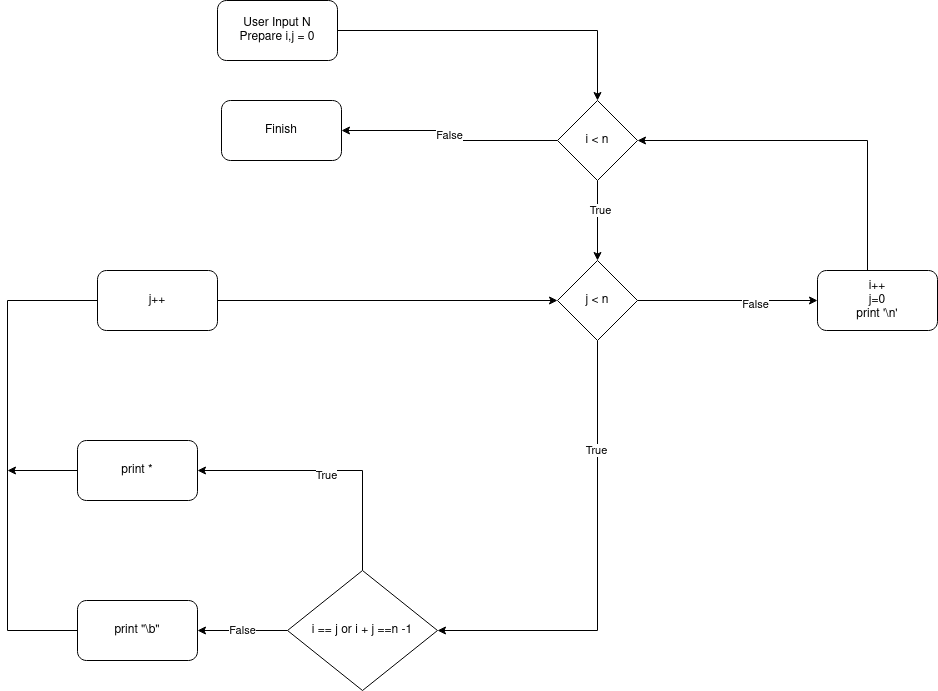
This is latihan-2.png from damarsimple/algoritma-semester-3, a draw.io export, as it was before one commit. Source tidied: cells renumbered, new cells last; positions are measured from the earlier drawing's top-left corner, leaving out a move shared by most shapes.
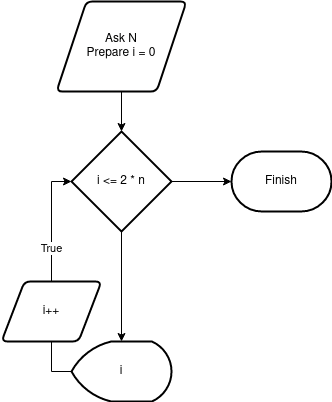
Above is the later version.

Change to the diagram source:
```diff
@@ -2,97 +2,40 @@
   <root>
     <mxCell id="0" />
     <mxCell id="1" parent="0" />
-    <mxCell id="2" style="edgeStyle=orthogonalEdgeStyle;rounded=0;jettySize=auto;html=1;" parent="1" edge="1" source="5" target="10">
-      <mxGeometry relative="1" as="geometry" />
-    </mxCell>
-    <mxCell id="3" value="True" style="edgeLabel;html=1;align=center;verticalAlign=middle;" parent="2" vertex="1">
-      <mxGeometry x="-0.28" y="2" relative="1" as="geometry" />
-    </mxCell>
-    <mxCell id="4" value="False" style="edgeStyle=orthogonalEdgeStyle;rounded=0;jettySize=auto;html=1;" parent="1" edge="1" source="5" target="25">
-      <mxGeometry relative="1" as="geometry" />
-    </mxCell>
-    <mxCell id="5" value="i &amp;lt; n" style="rhombus;whiteSpace=wrap;html=1;" parent="1" vertex="1">
-      <mxGeometry x="550" y="100" width="80" height="80" as="geometry" />
-    </mxCell>
-    <mxCell id="6" style="edgeStyle=orthogonalEdgeStyle;rounded=0;jettySize=auto;html=1;" parent="1" edge="1" source="10" target="14">
-      <mxGeometry relative="1" as="geometry" />
-    </mxCell>
-    <mxCell id="7" value="False" style="edgeLabel;html=1;align=center;verticalAlign=middle;" parent="6" vertex="1">
-      <mxGeometry x="0.3" y="-3" relative="1" as="geometry" />
-    </mxCell>
-    <mxCell id="8" style="edgeStyle=orthogonalEdgeStyle;rounded=0;jettySize=auto;html=1;entryX=1;entryY=0.5;entryDx=0;entryDy=0;" parent="1" edge="1" source="10" target="18">
-      <mxGeometry relative="1" as="geometry">
-        <Array as="points">
-          <mxPoint x="590" y="630" />
-        </Array>
-      </mxGeometry>
-    </mxCell>
-    <mxCell id="9" value="True" style="edgeLabel;html=1;align=center;verticalAlign=middle;" parent="8" vertex="1">
-      <mxGeometry x="-0.52" y="-2" relative="1" as="geometry" />
-    </mxCell>
-    <mxCell id="10" value="j &amp;lt; n" style="rhombus;whiteSpace=wrap;html=1;" parent="1" vertex="1">
-      <mxGeometry x="550" y="260" width="80" height="80" as="geometry" />
-    </mxCell>
-    <mxCell id="11" style="edgeStyle=orthogonalEdgeStyle;rounded=0;jettySize=auto;html=1;" parent="1" edge="1" source="12" target="5">
-      <mxGeometry relative="1" as="geometry" />
-    </mxCell>
-    <mxCell id="12" value="&lt;div&gt;User Input N&lt;/div&gt;Prepare i,j = 0" style="rounded=1;whiteSpace=wrap;html=1;" parent="1" vertex="1">
-      <mxGeometry x="210" width="120" height="60" as="geometry" />
-    </mxCell>
-    <mxCell id="13" style="edgeStyle=orthogonalEdgeStyle;rounded=0;jettySize=auto;html=1;entryX=1;entryY=0.5;entryDx=0;entryDy=0;" parent="1" edge="1" source="14" target="5">
-      <mxGeometry relative="1" as="geometry">
-        <Array as="points">
-          <mxPoint x="860" y="140" />
-        </Array>
-      </mxGeometry>
-    </mxCell>
-    <mxCell id="14" value="&lt;div&gt;i++&lt;/div&gt;&lt;div&gt;j=0&lt;/div&gt;&lt;div&gt;print '\n'&lt;br&gt;&lt;/div&gt;" style="rounded=1;whiteSpace=wrap;html=1;" parent="1" vertex="1">
-      <mxGeometry x="810" y="270" width="120" height="60" as="geometry" />
-    </mxCell>
-    <mxCell id="15" value="False" style="edgeStyle=orthogonalEdgeStyle;rounded=0;jettySize=auto;html=1;entryX=1;entryY=0.5;entryDx=0;entryDy=0;" parent="1" edge="1" source="18" target="22">
-      <mxGeometry relative="1" as="geometry" />
-    </mxCell>
-    <mxCell id="16" style="edgeStyle=orthogonalEdgeStyle;rounded=0;jettySize=auto;html=1;exitX=0.5;exitY=0;exitDx=0;exitDy=0;" parent="1" edge="1" source="18" target="20">
-      <mxGeometry relative="1" as="geometry">
-        <Array as="points">
-          <mxPoint x="355" y="470" />
-        </Array>
-      </mxGeometry>
-    </mxCell>
-    <mxCell id="17" value="True" style="edgeLabel;html=1;align=center;verticalAlign=middle;" parent="16" vertex="1">
-      <mxGeometry x="0.03" y="4" relative="1" as="geometry" />
-    </mxCell>
-    <mxCell id="18" value="i == j or i + j ==n -1" style="rhombus;whiteSpace=wrap;html=1;" parent="1" vertex="1">
-      <mxGeometry x="280" y="570" width="150" height="120" as="geometry" />
-    </mxCell>
-    <mxCell id="19" style="edgeStyle=orthogonalEdgeStyle;rounded=0;jettySize=auto;html=1;" parent="1" edge="1" source="20">
-      <mxGeometry relative="1" as="geometry">
-        <mxPoint y="470" as="targetPoint" />
-      </mxGeometry>
-    </mxCell>
-    <mxCell id="20" value="print *" style="rounded=1;whiteSpace=wrap;html=1;" parent="1" vertex="1">
-      <mxGeometry x="70" y="440" width="120" height="60" as="geometry" />
-    </mxCell>
-    <mxCell id="21" style="edgeStyle=orthogonalEdgeStyle;rounded=0;jettySize=auto;html=1;entryX=0;entryY=0.5;entryDx=0;entryDy=0;startArrow=none;" parent="1" edge="1" target="10">
-      <mxGeometry relative="1" as="geometry">
-        <mxPoint x="169" y="300" as="sourcePoint" />
-      </mxGeometry>
-    </mxCell>
-    <mxCell id="22" value="print &quot;\b&quot;" style="rounded=1;whiteSpace=wrap;html=1;" parent="1" vertex="1">
-      <mxGeometry x="70" y="600" width="120" height="60" as="geometry" />
-    </mxCell>
-    <mxCell id="23" value="j++" style="rounded=1;whiteSpace=wrap;html=1;" parent="1" vertex="1">
-      <mxGeometry x="90" y="270" width="120" height="60" as="geometry" />
-    </mxCell>
-    <mxCell id="24" style="edgeStyle=orthogonalEdgeStyle;rounded=0;jettySize=auto;html=1;endArrow=none;" parent="1" edge="1" source="22" target="23">
-      <mxGeometry relative="1" as="geometry">
-        <Array as="points">
-          <mxPoint y="300" />
-        </Array>
-      </mxGeometry>
-    </mxCell>
+    <mxCell id="26" style="edgeStyle=orthogonalEdgeStyle;rounded=0;jettySize=auto;html=1;" parent="1" edge="1" source="27" target="30">
+      <mxGeometry relative="1" as="geometry" />
+    </mxCell>
+    <mxCell id="27" value="&lt;div&gt;Ask N&lt;/div&gt;Prepare i = 0" style="shape=parallelogram;html=1;strokeWidth=2;perimeter=parallelogramPerimeter;whiteSpace=wrap;rounded=1;arcSize=12;size=0.23;" parent="1" vertex="1">
+      <mxGeometry x="39" y="-50" width="130" height="90" as="geometry" />
+    </mxCell>
+    <mxCell id="28" style="edgeStyle=orthogonalEdgeStyle;rounded=0;jettySize=auto;html=1;" parent="1" edge="1" source="30" target="33">
+      <mxGeometry relative="1" as="geometry" />
+    </mxCell>
+    <mxCell id="29" style="edgeStyle=orthogonalEdgeStyle;rounded=0;jettySize=auto;html=1;" parent="1" edge="1" source="30" target="25">
+      <mxGeometry relative="1" as="geometry" />
+    </mxCell>
+    <mxCell id="30" value="i &amp;lt;= 2 * n" style="strokeWidth=2;html=1;shape=mxgraph.flowchart.decision;whiteSpace=wrap;" parent="1" vertex="1">
+      <mxGeometry x="54" y="80" width="100" height="100" as="geometry" />
+    </mxCell>
+    <mxCell id="31" style="edgeStyle=orthogonalEdgeStyle;rounded=0;jettySize=auto;html=1;entryX=0;entryY=0.5;entryDx=0;entryDy=0;entryPerimeter=0;" parent="1" edge="1" source="33" target="30">
+      <mxGeometry relative="1" as="geometry">
+        <Array as="points">
+          <mxPoint x="34" y="320" />
+          <mxPoint x="34" y="130" />
+        </Array>
+      </mxGeometry>
+    </mxCell>
+    <mxCell id="32" value="True" style="edgeLabel;html=1;align=center;verticalAlign=middle;" parent="31" vertex="1">
+      <mxGeometry x="0.25" y="1" relative="1" as="geometry" />
+    </mxCell>
+    <mxCell id="33" value="i" style="strokeWidth=2;html=1;shape=mxgraph.flowchart.display;whiteSpace=wrap;" parent="1" vertex="1">
+      <mxGeometry x="54" y="290" width="100" height="60" as="geometry" />
+    </mxCell>
-    <mxCell id="25" value="Finish" style="rounded=1;whiteSpace=wrap;html=1;" parent="1" vertex="1">
-      <mxGeometry x="214" y="100" width="120" height="60" as="geometry" />
+    <mxCell id="25" value="Finish" style="strokeWidth=2;html=1;shape=mxgraph.flowchart.terminator;whiteSpace=wrap;" parent="1" vertex="1">
+      <mxGeometry x="214" y="100" width="100" height="60" as="geometry" />
     </mxCell>
+    <mxCell id="34" value="i++" style="shape=parallelogram;html=1;strokeWidth=2;perimeter=parallelogramPerimeter;whiteSpace=wrap;rounded=1;arcSize=12;size=0.23;" parent="1" vertex="1">
+      <mxGeometry x="-16" y="230" width="100" height="60" as="geometry" />
+    </mxCell>
   </root>
 </mxGraphModel>
```
